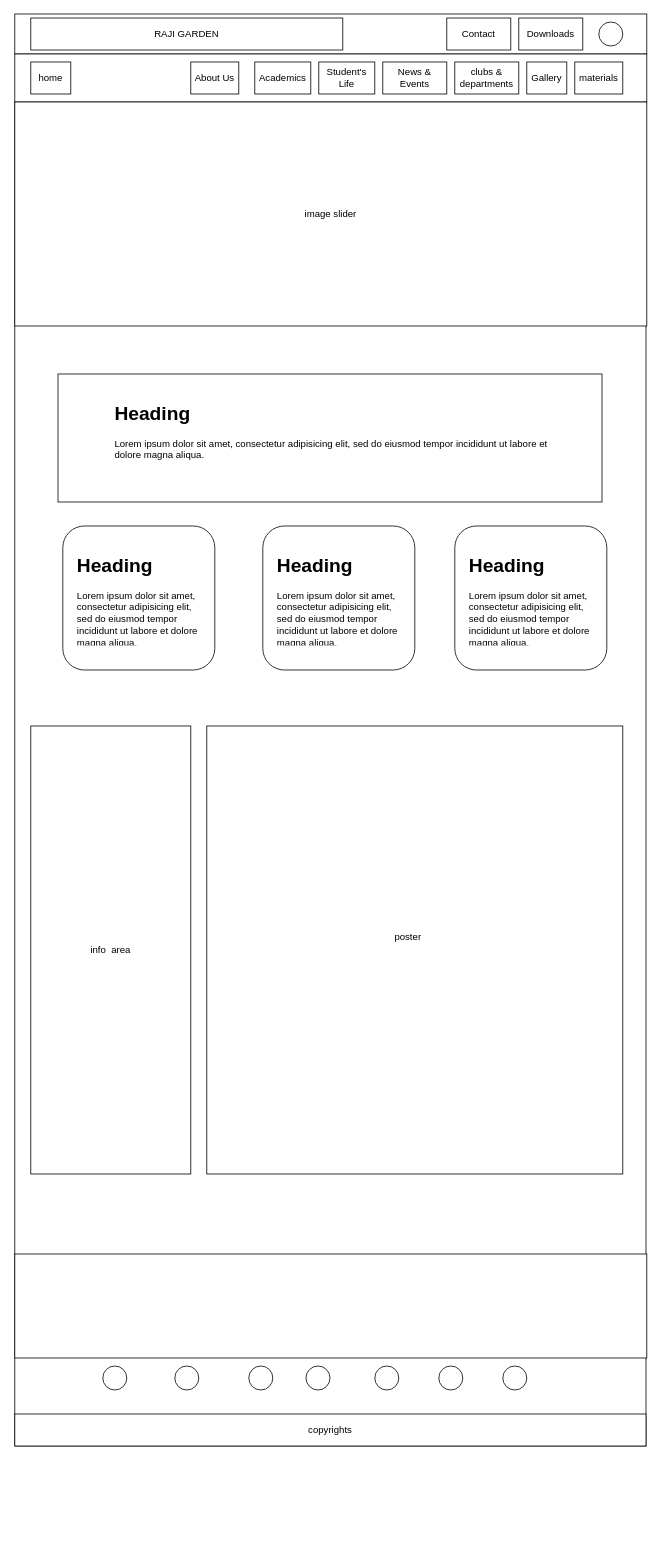
This is wireframe-design/main 1-index page.drawio from Lokeshwaran-M/Raji_Garden, a draw.io file, before an edit. Source tidied: cells renumbered, new cells numbered last; positions are measured from the earlier drawing's top-left corner, leaving out a move shared by most shapes. Both pictures are drawn from the tidied source at 80%, with x=0, y=0 at pixel (14, 14).
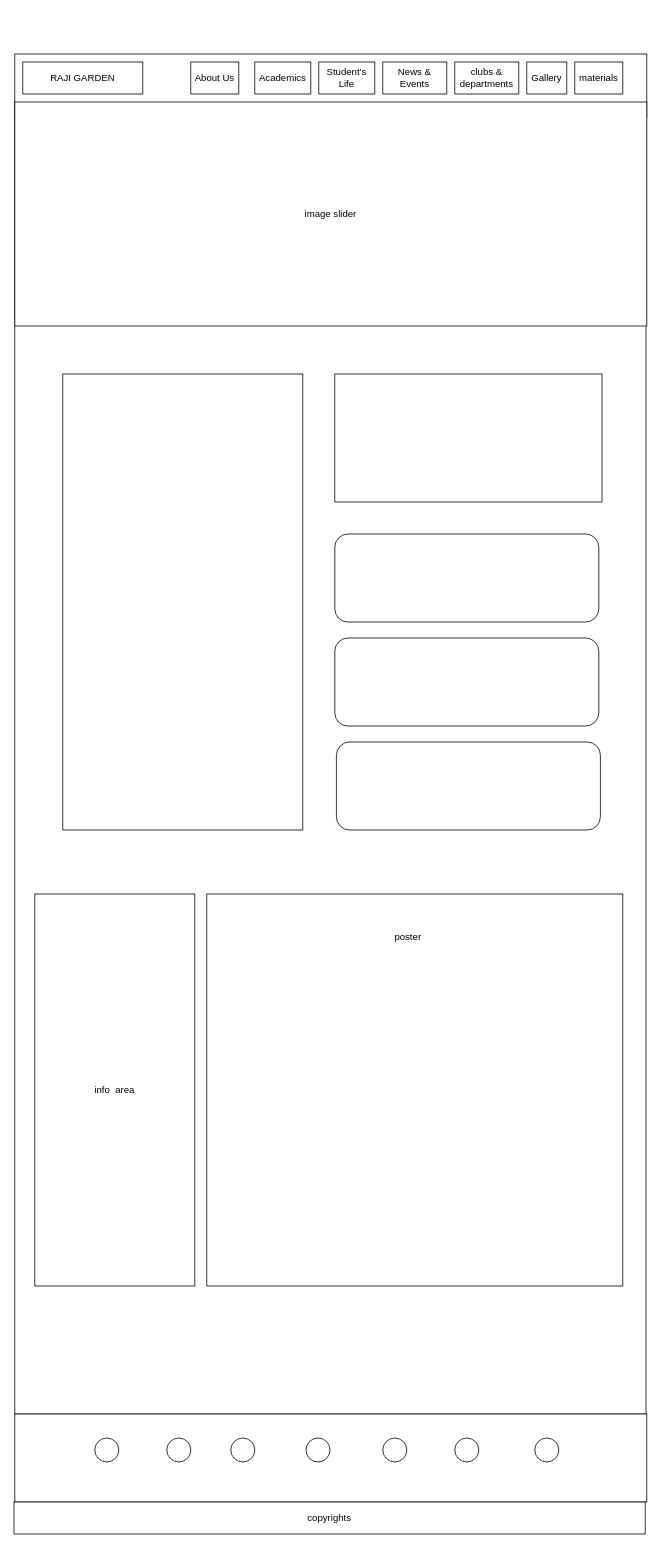
Above is the later version.

The edit, as a diff of the source:
```diff
@@
-    <mxCell id="2" style="rounded=0;whiteSpace=wrap;html=1;" parent="1" vertex="1">
-      <mxGeometry width="790" height="50" as="geometry" />
-    </mxCell>
     <mxCell id="3" style="rounded=0;whiteSpace=wrap;html=1;" parent="1" vertex="1">
-      <mxGeometry y="110" width="789" height="1680" as="geometry" />
+      <mxGeometry y="110" width="789" height="1640" as="geometry" />
     </mxCell>
     <mxCell id="4" style="rounded=0;whiteSpace=wrap;html=1;" parent="1" vertex="1">
-      <mxGeometry y="50" width="790" height="60" as="geometry" />
+      <mxGeometry y="50" width="790" height="80" as="geometry" />
     </mxCell>
@@
     <mxCell id="7" value="RAJI GARDEN" style="rounded=0;whiteSpace=wrap;html=1;" parent="1" vertex="1">
-      <mxGeometry x="20" y="5" width="390" height="40" as="geometry" />
+      <mxGeometry x="10" y="60" width="150" height="40" as="geometry" />
     </mxCell>
@@
-    <mxCell id="11" value="Downloads" style="rounded=0;whiteSpace=wrap;html=1;" parent="1" vertex="1">
-      <mxGeometry x="630" y="5" width="80" height="40" as="geometry" />
-    </mxCell>
-    <mxCell id="12" value="Contact" style="rounded=0;whiteSpace=wrap;html=1;" parent="1" vertex="1">
-      <mxGeometry x="540" y="5" width="80" height="40" as="geometry" />
-    </mxCell>
@@
-    <mxCell id="14" value="home" style="rounded=0;whiteSpace=wrap;html=1;" parent="1" vertex="1">
-      <mxGeometry x="20" y="60" width="50" height="40" as="geometry" />
-    </mxCell>
@@
-    <mxCell id="17" style="ellipse;whiteSpace=wrap;html=1;" parent="1" vertex="1">
-      <mxGeometry x="730" y="10" width="30" height="30" as="geometry" />
-    </mxCell>
     <mxCell id="18" style="rounded=1;whiteSpace=wrap;html=1;" parent="1" vertex="1">
-      <mxGeometry x="550" y="640" width="190" height="180" as="geometry" />
+      <mxGeometry x="400" y="650" width="330" height="110" as="geometry" />
     </mxCell>
-    <mxCell id="19" value="&lt;h1&gt;Heading&lt;/h1&gt;&lt;p&gt;Lorem ipsum dolor sit amet, consectetur adipisicing elit, sed do eiusmod tempor incididunt ut labore et dolore magna aliqua.&lt;/p&gt;" style="text;html=1;strokeColor=none;fillColor=none;spacing=5;spacingTop=-20;whiteSpace=wrap;overflow=hidden;rounded=0;" parent="1" vertex="1">
-      <mxGeometry x="562.5" y="670" width="165" height="120" as="geometry" />
-    </mxCell>
-    <mxCell id="20" style="rounded=1;whiteSpace=wrap;html=1;" parent="1" vertex="1">
-      <mxGeometry x="60" y="640" width="190" height="180" as="geometry" />
-    </mxCell>
-    <mxCell id="21" value="&lt;h1&gt;Heading&lt;/h1&gt;&lt;p&gt;Lorem ipsum dolor sit amet, consectetur adipisicing elit, sed do eiusmod tempor incididunt ut labore et dolore magna aliqua.&lt;/p&gt;" style="text;html=1;strokeColor=none;fillColor=none;spacing=5;spacingTop=-20;whiteSpace=wrap;overflow=hidden;rounded=0;" parent="1" vertex="1">
-      <mxGeometry x="72.5" y="670" width="165" height="120" as="geometry" />
-    </mxCell>
-    <mxCell id="22" style="rounded=1;whiteSpace=wrap;html=1;" parent="1" vertex="1">
-      <mxGeometry x="310" y="640" width="190" height="180" as="geometry" />
-    </mxCell>
-    <mxCell id="23" value="&lt;h1&gt;Heading&lt;/h1&gt;&lt;p&gt;Lorem ipsum dolor sit amet, consectetur adipisicing elit, sed do eiusmod tempor incididunt ut labore et dolore magna aliqua.&lt;/p&gt;" style="text;html=1;strokeColor=none;fillColor=none;spacing=5;spacingTop=-20;whiteSpace=wrap;overflow=hidden;rounded=0;" parent="1" vertex="1">
-      <mxGeometry x="322.5" y="670" width="165" height="120" as="geometry" />
-    </mxCell>
     <mxCell id="24" value="info&amp;nbsp; area" style="rounded=0;whiteSpace=wrap;html=1;" parent="1" vertex="1">
-      <mxGeometry x="20" y="890" width="200" height="560" as="geometry" />
+      <mxGeometry x="25" y="1100" width="200" height="490" as="geometry" />
     </mxCell>
     <mxCell id="25" style="rounded=0;whiteSpace=wrap;html=1;" parent="1" vertex="1">
-      <mxGeometry x="54" y="450" width="680" height="160" as="geometry" />
+      <mxGeometry x="400" y="450" width="334" height="160" as="geometry" />
     </mxCell>
-    <mxCell id="26" value="&lt;h1&gt;Heading&lt;/h1&gt;&lt;p&gt;Lorem ipsum dolor sit amet, consectetur adipisicing elit, sed do eiusmod tempor incididunt ut labore et dolore magna aliqua.&lt;/p&gt;" style="text;html=1;strokeColor=none;fillColor=none;spacing=5;spacingTop=-20;whiteSpace=wrap;overflow=hidden;rounded=0;" parent="1" vertex="1">
-      <mxGeometry x="120" y="480" width="550" height="120" as="geometry" />
-    </mxCell>
     <mxCell id="27" style="rounded=0;whiteSpace=wrap;html=1;" parent="1" vertex="1">
-      <mxGeometry x="240" y="890" width="520" height="560" as="geometry" />
+      <mxGeometry x="240" y="1100" width="520" height="490" as="geometry" />
     </mxCell>
+    <mxCell id="37" style="rounded=0;whiteSpace=wrap;html=1;" parent="1" vertex="1">
+      <mxGeometry y="1750" width="790" height="110" as="geometry" />
+    </mxCell>
@@
     <mxCell id="29" value="copyrights" style="rounded=0;whiteSpace=wrap;html=1;" parent="1" vertex="1">
-      <mxGeometry y="1750" width="789" height="40" as="geometry" />
+      <mxGeometry x="-1" y="1860" width="789" height="40" as="geometry" />
     </mxCell>
     <mxCell id="30" style="ellipse;whiteSpace=wrap;html=1;" parent="1" vertex="1">
-      <mxGeometry x="110" y="1690" width="30" height="30" as="geometry" />
+      <mxGeometry x="100" y="1780" width="30" height="30" as="geometry" />
     </mxCell>
     <mxCell id="31" style="ellipse;whiteSpace=wrap;html=1;" parent="1" vertex="1">
-      <mxGeometry x="610" y="1690" width="30" height="30" as="geometry" />
+      <mxGeometry x="650" y="1780" width="30" height="30" as="geometry" />
     </mxCell>
     <mxCell id="32" style="ellipse;whiteSpace=wrap;html=1;" parent="1" vertex="1">
-      <mxGeometry x="200" y="1690" width="30" height="30" as="geometry" />
+      <mxGeometry x="190" y="1780" width="30" height="30" as="geometry" />
     </mxCell>
     <mxCell id="33" style="ellipse;whiteSpace=wrap;html=1;" parent="1" vertex="1">
-      <mxGeometry x="530" y="1690" width="30" height="30" as="geometry" />
+      <mxGeometry x="550" y="1780" width="30" height="30" as="geometry" />
     </mxCell>
     <mxCell id="34" style="ellipse;whiteSpace=wrap;html=1;" parent="1" vertex="1">
-      <mxGeometry x="450" y="1690" width="30" height="30" as="geometry" />
+      <mxGeometry x="460" y="1780" width="30" height="30" as="geometry" />
     </mxCell>
     <mxCell id="35" style="ellipse;whiteSpace=wrap;html=1;" parent="1" vertex="1">
-      <mxGeometry x="364" y="1690" width="30" height="30" as="geometry" />
+      <mxGeometry x="364" y="1780" width="30" height="30" as="geometry" />
     </mxCell>
     <mxCell id="36" style="ellipse;whiteSpace=wrap;html=1;" parent="1" vertex="1">
-      <mxGeometry x="292.5" y="1690" width="30" height="30" as="geometry" />
+      <mxGeometry x="270" y="1780" width="30" height="30" as="geometry" />
     </mxCell>
-    <mxCell id="37" style="rounded=0;whiteSpace=wrap;html=1;" parent="1" vertex="1">
-      <mxGeometry y="1550" width="790" height="130" as="geometry" />
-    </mxCell>
+    <mxCell id="38" style="rounded=0;whiteSpace=wrap;html=1;" parent="1" vertex="1">
+      <mxGeometry x="60" y="450" width="300" height="570" as="geometry" />
+    </mxCell>
+    <mxCell id="39" style="rounded=1;whiteSpace=wrap;html=1;" parent="1" vertex="1">
+      <mxGeometry x="400" y="780" width="330" height="110" as="geometry" />
+    </mxCell>
+    <mxCell id="40" style="rounded=1;whiteSpace=wrap;html=1;" parent="1" vertex="1">
+      <mxGeometry x="402" y="910" width="330" height="110" as="geometry" />
+    </mxCell>
```
